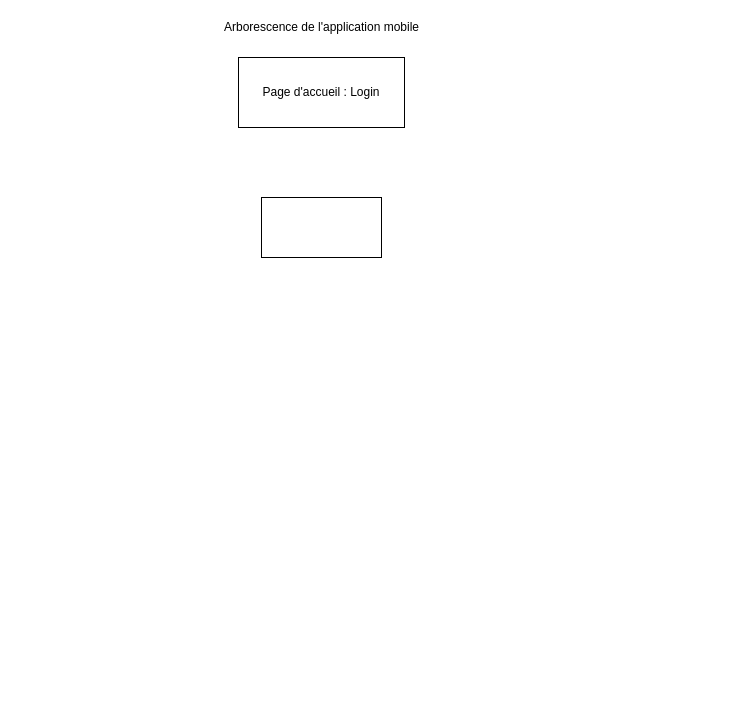
LENSAlex/ProjetIotia keeps this draw.io diagram as AppMobileArbo.drawio. Above is the earlier version. Source tidied: cells renumbered, new cells numbered last; positions are measured from the earlier drawing's top-left corner, leaving out a move shared by most shapes. Both pictures are drawn from the tidied source at 100%, with x=0, y=0 at pixel (216, 17).
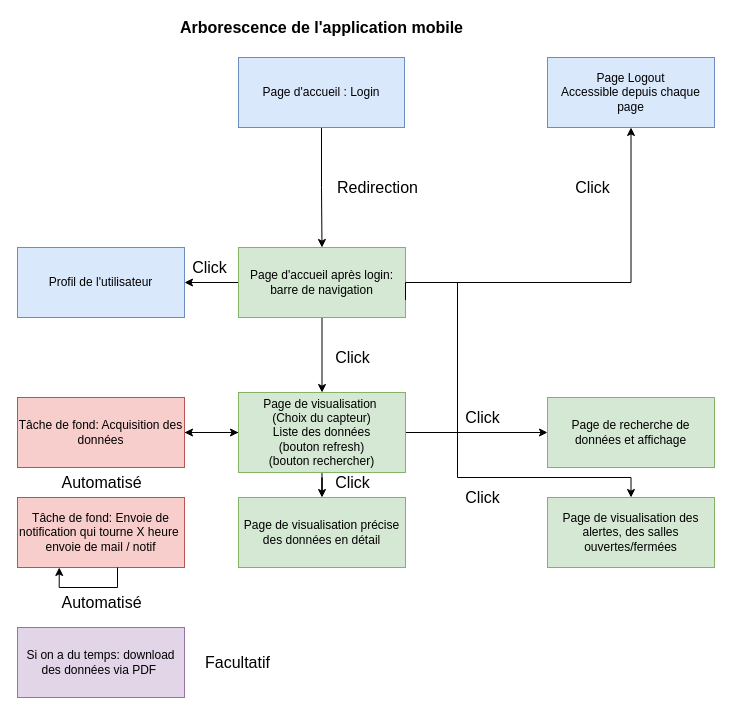
The same diagram, later.

What changed in the source:
```diff
@@
-    <mxCell id="2" value="Arborescence de l'application mobile" style="text;html=1;align=center;verticalAlign=middle;" parent="1" vertex="1">
-      <mxGeometry width="210" height="20" as="geometry" />
+    <mxCell id="2" value="Arborescence de l'application mobile" style="text;html=1;align=center;verticalAlign=middle;fontSize=16;fontStyle=1;" parent="1" vertex="1">
+      <mxGeometry x="-45" width="300" height="20" as="geometry" />
     </mxCell>
+    <mxCell id="5" style="edgeStyle=orthogonalEdgeStyle;rounded=0;jettySize=auto;html=1;" parent="1" edge="1" source="3" target="16">
+      <mxGeometry relative="1" as="geometry" />
+    </mxCell>
-    <mxCell id="3" value="Page d'accueil : Login" style="whiteSpace=wrap;html=1;" parent="1" vertex="1">
+    <mxCell id="3" value="Page d'accueil : Login" style="whiteSpace=wrap;html=1;fillColor=#dae8fc;strokeColor=#6c8ebf;" parent="1" vertex="1">
       <mxGeometry x="22" y="40" width="166" height="70" as="geometry" />
     </mxCell>
-    <mxCell id="4" style="rounded=0;whiteSpace=wrap;html=1;" parent="1" vertex="1">
-      <mxGeometry x="45" y="180" width="120" height="60" as="geometry" />
+    <mxCell id="4" value="Profil de l'utilisateur" style="rounded=0;whiteSpace=wrap;html=1;fillColor=#dae8fc;strokeColor=#6c8ebf;" parent="1" vertex="1">
+      <mxGeometry x="-199" y="230" width="167" height="70" as="geometry" />
     </mxCell>
+    <mxCell id="6" style="edgeStyle=orthogonalEdgeStyle;rounded=0;jettySize=auto;html=1;entryX=1;entryY=0.5;entryDx=0;entryDy=0;" parent="1" edge="1" source="9" target="19">
+      <mxGeometry relative="1" as="geometry" />
+    </mxCell>
+    <mxCell id="7" style="edgeStyle=orthogonalEdgeStyle;rounded=0;jettySize=auto;html=1;entryX=0.5;entryY=0;entryDx=0;entryDy=0;" parent="1" edge="1" source="9" target="20">
+      <mxGeometry relative="1" as="geometry" />
+    </mxCell>
+    <mxCell id="8" style="edgeStyle=orthogonalEdgeStyle;rounded=0;jettySize=auto;html=1;entryX=0;entryY=0.5;entryDx=0;entryDy=0;" parent="1" edge="1" source="9" target="10">
+      <mxGeometry relative="1" as="geometry" />
+    </mxCell>
+    <mxCell id="9" value="Page de visualisation&amp;nbsp;&lt;br&gt;(Choix du capteur)&lt;br&gt;Liste des données&lt;br&gt;(bouton refresh)&lt;br&gt;(bouton rechercher)" style="rounded=0;whiteSpace=wrap;html=1;fillColor=#d5e8d4;strokeColor=#82b366;" parent="1" vertex="1">
+      <mxGeometry x="22" y="375" width="167" height="80" as="geometry" />
+    </mxCell>
+    <mxCell id="10" value="Page de recherche de données et affichage" style="rounded=0;whiteSpace=wrap;html=1;fillColor=#d5e8d4;strokeColor=#82b366;" parent="1" vertex="1">
+      <mxGeometry x="331" y="380" width="167" height="70" as="geometry" />
+    </mxCell>
+    <mxCell id="11" value="Page Logout&lt;br&gt;Accessible depuis chaque page" style="rounded=0;whiteSpace=wrap;html=1;fillColor=#dae8fc;strokeColor=#6c8ebf;" parent="1" vertex="1">
+      <mxGeometry x="331" y="40" width="167" height="70" as="geometry" />
+    </mxCell>
+    <mxCell id="12" value="Si on a du temps: download des données via PDF&amp;nbsp;" style="rounded=0;whiteSpace=wrap;html=1;fillColor=#e1d5e7;strokeColor=#9673a6;" parent="1" vertex="1">
+      <mxGeometry x="-199" y="610" width="167" height="70" as="geometry" />
+    </mxCell>
+    <mxCell id="13" style="edgeStyle=orthogonalEdgeStyle;rounded=0;jettySize=auto;html=1;entryX=0.5;entryY=1;entryDx=0;entryDy=0;" parent="1" edge="1" source="16" target="11">
+      <mxGeometry relative="1" as="geometry" />
+    </mxCell>
+    <mxCell id="14" style="edgeStyle=orthogonalEdgeStyle;rounded=0;jettySize=auto;html=1;entryX=1;entryY=0.5;entryDx=0;entryDy=0;" parent="1" edge="1" source="16" target="4">
+      <mxGeometry relative="1" as="geometry" />
+    </mxCell>
+    <mxCell id="15" style="edgeStyle=orthogonalEdgeStyle;rounded=0;jettySize=auto;html=1;entryX=0.5;entryY=0;entryDx=0;entryDy=0;" parent="1" edge="1" source="16" target="9">
+      <mxGeometry relative="1" as="geometry" />
+    </mxCell>
+    <mxCell id="16" value="Page d'accueil après login:&lt;br&gt;barre de navigation" style="rounded=0;whiteSpace=wrap;html=1;fillColor=#d5e8d4;strokeColor=#82b366;" parent="1" vertex="1">
+      <mxGeometry x="22" y="230" width="167" height="70" as="geometry" />
+    </mxCell>
+    <mxCell id="17" value="Tâche de fond: Envoie de notification qui tourne X heure&amp;nbsp;&lt;br&gt;envoie de mail / notif" style="rounded=0;whiteSpace=wrap;html=1;fillColor=#f8cecc;strokeColor=#b85450;" parent="1" vertex="1">
+      <mxGeometry x="-199" y="480" width="167" height="70" as="geometry" />
+    </mxCell>
+    <mxCell id="18" style="edgeStyle=orthogonalEdgeStyle;rounded=0;jettySize=auto;html=1;entryX=0;entryY=0.5;entryDx=0;entryDy=0;" parent="1" edge="1" source="19" target="9">
+      <mxGeometry relative="1" as="geometry" />
+    </mxCell>
+    <mxCell id="19" value="Tâche de fond: Acquisition des données" style="rounded=0;whiteSpace=wrap;html=1;fillColor=#f8cecc;strokeColor=#b85450;" parent="1" vertex="1">
+      <mxGeometry x="-199" y="380" width="167" height="70" as="geometry" />
+    </mxCell>
+    <mxCell id="20" value="Page de visualisation précise des données en détail" style="rounded=0;whiteSpace=wrap;html=1;fillColor=#d5e8d4;strokeColor=#82b366;" parent="1" vertex="1">
+      <mxGeometry x="22" y="480" width="167" height="70" as="geometry" />
+    </mxCell>
+    <mxCell id="21" style="edgeStyle=orthogonalEdgeStyle;rounded=0;orthogonalLoop=1;jettySize=auto;html=1;entryX=0.25;entryY=1;entryDx=0;entryDy=0;" parent="1" edge="1" source="17" target="17">
+      <mxGeometry relative="1" as="geometry">
+        <Array as="points">
+          <mxPoint x="-99" y="570" />
+          <mxPoint x="-157" y="570" />
+        </Array>
+      </mxGeometry>
+    </mxCell>
+    <mxCell id="22" value="Redirection" style="text;html=1;align=center;verticalAlign=middle;fontSize=16;" parent="1" vertex="1">
+      <mxGeometry x="111" y="160" width="100" height="20" as="geometry" />
+    </mxCell>
+    <mxCell id="23" value="Click" style="text;html=1;align=center;verticalAlign=middle;fontSize=16;" parent="1" vertex="1">
+      <mxGeometry x="351" y="160" width="50" height="20" as="geometry" />
+    </mxCell>
+    <mxCell id="24" value="Click" style="text;html=1;align=center;verticalAlign=middle;fontSize=16;" parent="1" vertex="1">
+      <mxGeometry x="-32" y="240" width="50" height="20" as="geometry" />
+    </mxCell>
+    <mxCell id="25" value="Click" style="text;html=1;align=center;verticalAlign=middle;fontSize=16;" parent="1" vertex="1">
+      <mxGeometry x="111" y="330" width="50" height="20" as="geometry" />
+    </mxCell>
+    <mxCell id="26" value="Click" style="text;html=1;align=center;verticalAlign=middle;fontSize=16;" parent="1" vertex="1">
+      <mxGeometry x="241" y="390" width="50" height="20" as="geometry" />
+    </mxCell>
+    <mxCell id="27" value="Click" style="text;html=1;align=center;verticalAlign=middle;fontSize=16;" parent="1" vertex="1">
+      <mxGeometry x="111" y="455" width="50" height="20" as="geometry" />
+    </mxCell>
+    <mxCell id="28" value="Automatisé" style="text;html=1;align=center;verticalAlign=middle;fontSize=16;" parent="1" vertex="1">
+      <mxGeometry x="-165.5" y="455" width="100" height="20" as="geometry" />
+    </mxCell>
+    <mxCell id="29" value="Automatisé" style="text;html=1;align=center;verticalAlign=middle;fontSize=16;" parent="1" vertex="1">
+      <mxGeometry x="-165.5" y="574.5" width="100" height="20" as="geometry" />
+    </mxCell>
+    <mxCell id="30" value="Facultatif" style="text;html=1;align=center;verticalAlign=middle;fontSize=16;" parent="1" vertex="1">
+      <mxGeometry x="-19" y="635" width="80" height="20" as="geometry" />
+    </mxCell>
+    <mxCell id="31" value="Page de visualisation des alertes, des salles ouvertes/fermées" style="rounded=0;whiteSpace=wrap;html=1;fillColor=#d5e8d4;strokeColor=#82b366;" parent="1" vertex="1">
+      <mxGeometry x="331" y="480" width="167" height="70" as="geometry" />
+    </mxCell>
+    <mxCell id="32" value="Click" style="text;html=1;align=center;verticalAlign=middle;fontSize=16;" parent="1" vertex="1">
+      <mxGeometry x="241" y="470" width="50" height="20" as="geometry" />
+    </mxCell>
+    <mxCell id="33" style="edgeStyle=orthogonalEdgeStyle;rounded=0;jettySize=auto;html=1;entryX=0.5;entryY=0;entryDx=0;entryDy=0;exitX=1;exitY=0.75;exitDx=0;exitDy=0;" parent="1" edge="1" source="16" target="31">
+      <mxGeometry relative="1" as="geometry">
+        <Array as="points">
+          <mxPoint x="189" y="265" />
+          <mxPoint x="241" y="265" />
+          <mxPoint x="241" y="460" />
+          <mxPoint x="415" y="460" />
+        </Array>
+      </mxGeometry>
+    </mxCell>
```
